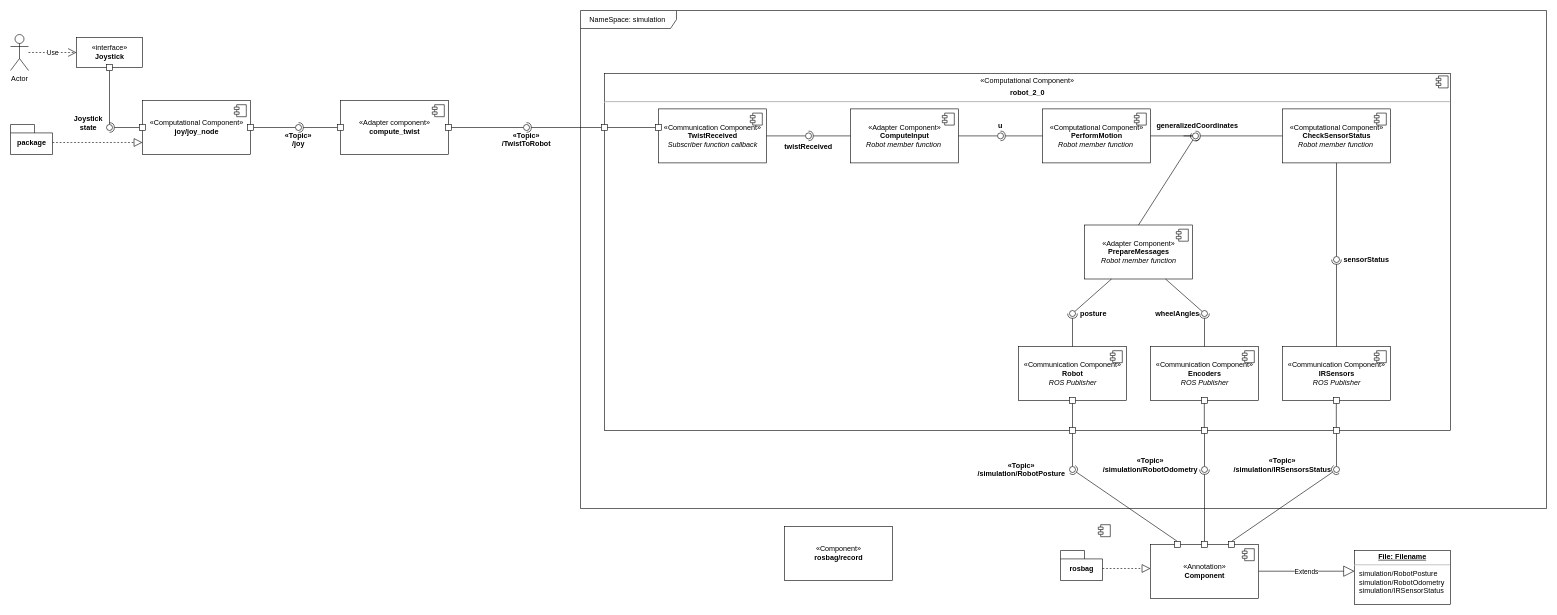
Before: report/UML/versions/Version1_component.drawio in aGotelli/Projet1, a draw.io diagram. Source tidied: cells renumbered, new cells numbered last; positions are measured from the earlier drawing's top-left corner, leaving out a move shared by most shapes. Both pictures are drawn from the tidied source at 60%, with x=0, y=0 at pixel (10, 10).
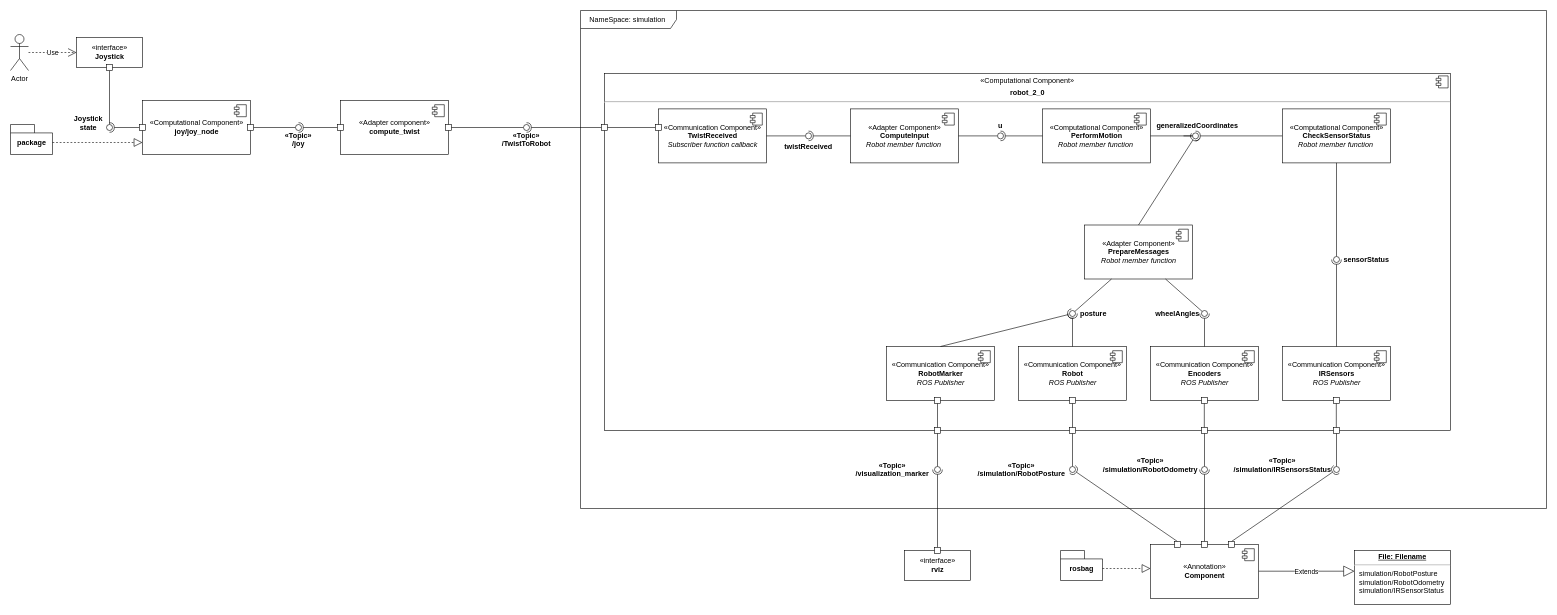
The same diagram, later.

The edit, as a diff of the source:
```diff
@@
-    <mxCell id="90" value="«Component»&lt;br&gt;&lt;b&gt;rosbag/record&lt;/b&gt;" style="html=1;" parent="1" vertex="1">
-      <mxGeometry x="1290" y="860" width="180" height="90" as="geometry" />
-    </mxCell>
-    <mxCell id="91" style="shape=component;jettyWidth=8;jettyHeight=4;" parent="90" vertex="1">
-      <mxGeometry x="1" width="20" height="20" relative="1" as="geometry">
-        <mxPoint x="343" y="-3" as="offset" />
-      </mxGeometry>
-    </mxCell>
@@
+    <mxCell id="108" value="«Communication Component»&lt;br&gt;&lt;b&gt;RobotMarker&lt;br&gt;&lt;/b&gt;&lt;i&gt;ROS Publisher&lt;/i&gt;" style="html=1;" parent="1" vertex="1">
+      <mxGeometry x="1460" y="560" width="180" height="90" as="geometry" />
+    </mxCell>
+    <mxCell id="109" style="shape=component;jettyWidth=8;jettyHeight=4;" parent="108" vertex="1">
+      <mxGeometry x="1" width="20" height="20" relative="1" as="geometry">
+        <mxPoint x="-27" y="7" as="offset" />
+      </mxGeometry>
+    </mxCell>
+    <mxCell id="110" style="rounded=0;jettySize=auto;html=1;endArrow=halfCircle;endFill=0;entryX=0.5;entryY=0.5;entryDx=0;entryDy=0;endSize=6;strokeWidth=1;exitX=0.5;exitY=0;exitDx=0;exitDy=0;" parent="1" edge="1" source="108">
+      <mxGeometry relative="1" as="geometry">
+        <mxPoint x="1770" y="505" as="targetPoint" />
+      </mxGeometry>
+    </mxCell>
+    <mxCell id="111" style="rounded=0;whiteSpace=wrap;html=1;" parent="1" vertex="1">
+      <mxGeometry x="1540" y="645" width="10" height="10" as="geometry" />
+    </mxCell>
+    <mxCell id="112" style="rounded=0;whiteSpace=wrap;html=1;" parent="1" vertex="1">
+      <mxGeometry x="1540" y="695" width="10" height="10" as="geometry" />
+    </mxCell>
+    <mxCell id="113" style="rounded=0;jettySize=auto;html=1;endArrow=none;endFill=0;exitX=0.5;exitY=1;exitDx=0;exitDy=0;entryX=0.5;entryY=0;entryDx=0;entryDy=0;" parent="1" edge="1" source="111" target="112">
+      <mxGeometry relative="1" as="geometry" />
+    </mxCell>
+    <mxCell id="114" style="rounded=0;jettySize=auto;html=1;endArrow=none;endFill=0;exitX=0.5;exitY=1;exitDx=0;exitDy=0;" parent="1" edge="1" source="112" target="116">
+      <mxGeometry relative="1" as="geometry" />
+    </mxCell>
+    <mxCell id="115" style="rounded=0;jettySize=auto;html=1;endArrow=halfCircle;endFill=0;entryX=0.5;entryY=0.5;entryDx=0;entryDy=0;endSize=6;strokeWidth=1;exitX=0.5;exitY=0;exitDx=0;exitDy=0;" parent="1" edge="1" source="118" target="116">
+      <mxGeometry relative="1" as="geometry" />
+    </mxCell>
+    <mxCell id="116" style="ellipse;whiteSpace=wrap;html=1;fontFamily=Helvetica;fontSize=12;fontColor=#000000;align=center;strokeColor=#000000;fillColor=#ffffff;points=[];" parent="1" vertex="1">
+      <mxGeometry x="1540" y="760" width="10" height="10" as="geometry" />
+    </mxCell>
+    <mxCell id="117" value="«interface»&lt;br&gt;&lt;b&gt;rviz&lt;/b&gt;" style="html=1;" parent="1" vertex="1">
+      <mxGeometry x="1490" y="900" width="110" height="50" as="geometry" />
+    </mxCell>
+    <mxCell id="118" style="rounded=0;whiteSpace=wrap;html=1;" parent="1" vertex="1">
+      <mxGeometry x="1540" y="895" width="10" height="10" as="geometry" />
+    </mxCell>
+    <mxCell id="119" value="«Topic»&#10;/visualization_marker" style="text;align=center;fontStyle=1;verticalAlign=middle;spacingLeft=3;spacingRight=3;strokeColor=none;" parent="1" vertex="1">
+      <mxGeometry x="1430" y="752" width="80" height="26" as="geometry" />
+    </mxCell>
```
